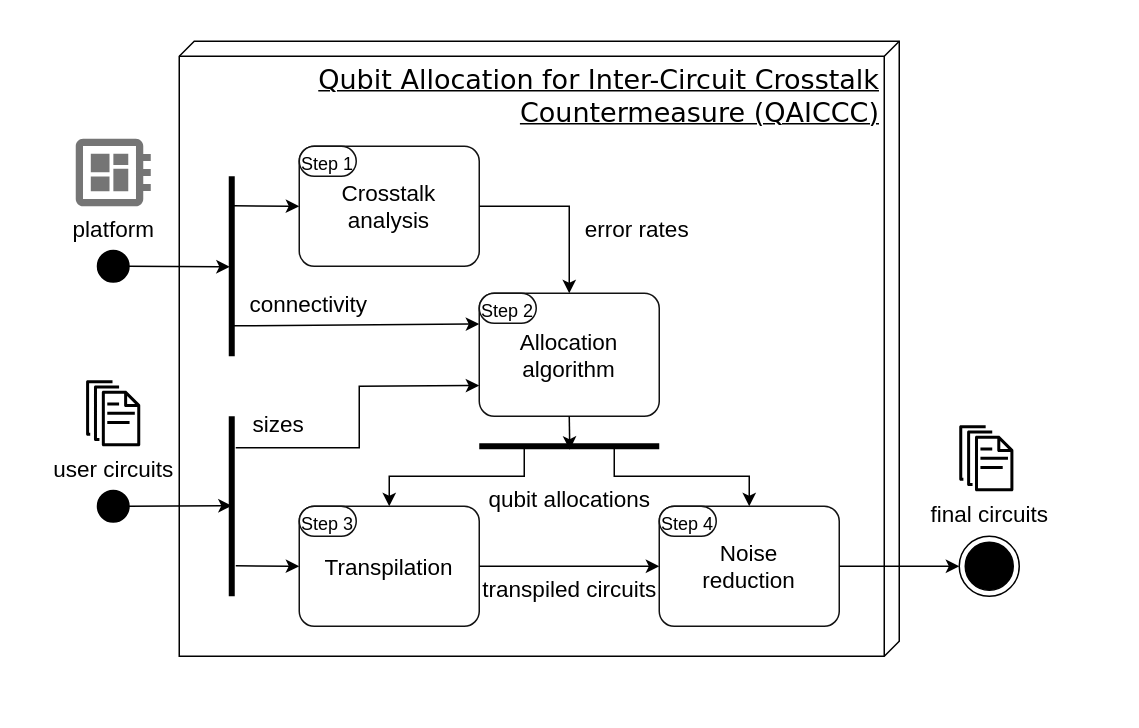
This is CrosstalkCM.drawio from yoann-marquer/Diagrams, a draw.io file, before an edit. Source tidied: cells renumbered, new cells numbered last; positions are measured from the earlier drawing's top-left corner, leaving out a move shared by most shapes. Both pictures are drawn from the tidied source at 150%, with x=0, y=0 at pixel (38, 40).
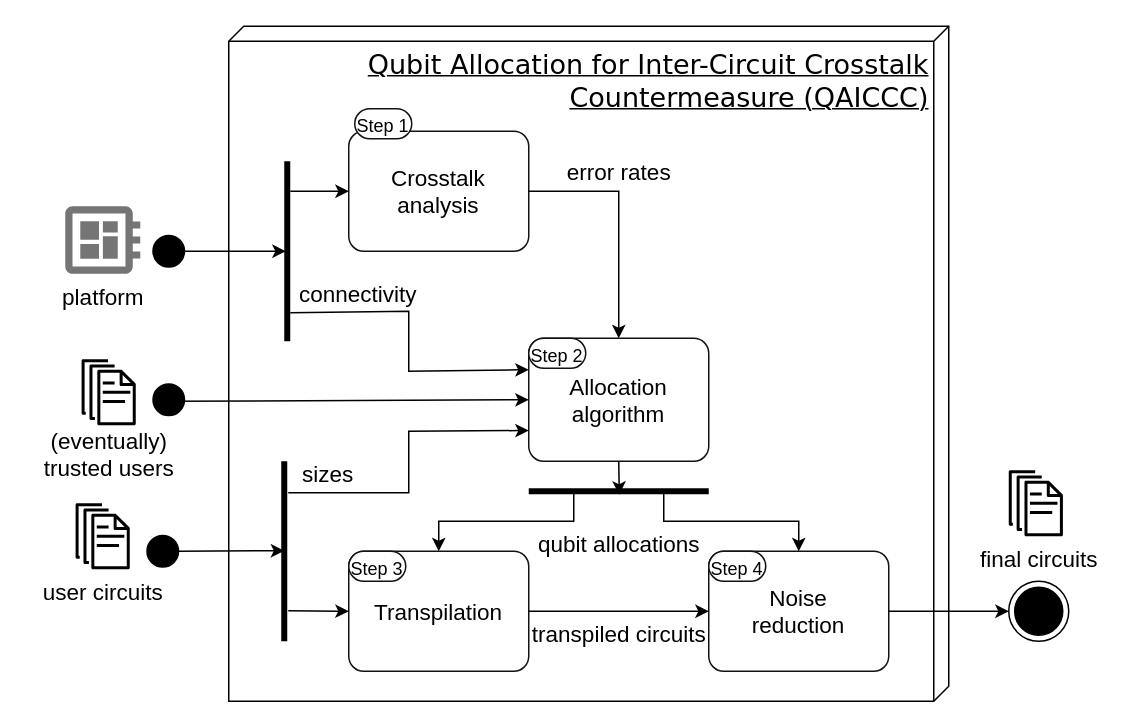
The same diagram, later.

Commit message:
add trusted users

What changed in the source:
```diff
@@
     <mxCell id="2" value="&lt;div align=&quot;right&quot;&gt;&lt;font style=&quot;font-size: 18px;&quot;&gt;Qubit Allocation for Inter-Circuit Crosstalk&lt;/font&gt;&lt;/div&gt;&lt;div align=&quot;right&quot;&gt;&lt;font style=&quot;font-size: 18px;&quot;&gt;Countermeasure (QAICCC)&lt;br&gt;&lt;/font&gt;&lt;/div&gt;" style="verticalAlign=top;align=right;spacingTop=8;spacingLeft=2;spacingRight=12;shape=cube;size=10;direction=south;fontStyle=4;html=1;rounded=0;shadow=0;comic=0;labelBackgroundColor=none;strokeWidth=1;fontFamily=Verdana;fontSize=12;fillColor=none;" parent="1" vertex="1">
-      <mxGeometry x="94" width="480" height="410" as="geometry" />
+      <mxGeometry x="127" y="-10" width="480" height="450" as="geometry" />
     </mxCell>
     <mxCell id="3" style="endArrow=classic;html=1;rounded=0;entryX=0.5;entryY=0;entryDx=0;entryDy=0;entryPerimeter=0;exitX=0.75;exitY=0.5;exitDx=0;exitDy=0;exitPerimeter=0;" parent="1" edge="1" source="14" target="6">
       <mxGeometry relative="1" as="geometry">
         <Array as="points">
-          <mxPoint x="324" y="290" />
-          <mxPoint x="234" y="290" />
+          <mxPoint x="357" y="320" />
+          <mxPoint x="267" y="320" />
         </Array>
       </mxGeometry>
     </mxCell>
     <mxCell id="4" value="&lt;div&gt;Crosstalk&lt;/div&gt;&lt;div&gt;analysis&lt;br&gt;&lt;/div&gt;" style="points=[[0.25,0,0],[0.5,0,0],[0.75,0,0],[1,0.25,0],[1,0.5,0],[1,0.75,0],[0.75,1,0],[0.5,1,0],[0.25,1,0],[0,0.75,0],[0,0.5,0],[0,0.25,0]];shape=mxgraph.bpmn.task;whiteSpace=wrap;rectStyle=rounded;size=10;html=1;taskMarker=abstract;strokeColor=#121212;fontSize=15;fillColor=#FFFFFF;" parent="1" vertex="1">
-      <mxGeometry x="174" y="70" width="120" height="80" as="geometry" />
+      <mxGeometry x="207" y="60" width="120" height="80" as="geometry" />
     </mxCell>
     <mxCell id="5" value="&lt;div&gt;Allocation&lt;/div&gt;&lt;div&gt;algorithm&lt;br&gt;&lt;/div&gt;" style="points=[[0.25,0,0],[0.5,0,0],[0.75,0,0],[1,0.25,0],[1,0.5,0],[1,0.75,0],[0.75,1,0],[0.5,1,0],[0.25,1,0],[0,0.75,0],[0,0.5,0],[0,0.25,0]];shape=mxgraph.bpmn.task;whiteSpace=wrap;rectStyle=rounded;size=10;html=1;taskMarker=abstract;strokeColor=#121212;fontSize=15;fillColor=#FFFFFF;" parent="1" vertex="1">
-      <mxGeometry x="294" y="168" width="120" height="82" as="geometry" />
+      <mxGeometry x="327" y="198" width="120" height="82" as="geometry" />
     </mxCell>
     <mxCell id="6" value="Transpilation" style="points=[[0.25,0,0],[0.5,0,0],[0.75,0,0],[1,0.25,0],[1,0.5,0],[1,0.75,0],[0.75,1,0],[0.5,1,0],[0.25,1,0],[0,0.75,0],[0,0.5,0],[0,0.25,0]];shape=mxgraph.bpmn.task;whiteSpace=wrap;rectStyle=rounded;size=10;html=1;taskMarker=abstract;strokeColor=#121212;fontSize=15;fillColor=#FFFFFF;" parent="1" vertex="1">
-      <mxGeometry x="174" y="310" width="120" height="80" as="geometry" />
+      <mxGeometry x="207" y="340" width="120" height="80" as="geometry" />
     </mxCell>
-    <mxCell id="7" style="line;strokeWidth=4;html=1;direction=south;" parent="1" vertex="1">
-      <mxGeometry x="124" y="90" width="10" height="120" as="geometry" />
-    </mxCell>
-    <mxCell id="8" style="endArrow=classic;html=1;rounded=0;entryX=0;entryY=0.25;entryDx=0;entryDy=0;entryPerimeter=0;exitX=0.831;exitY=0.5;exitDx=0;exitDy=0;exitPerimeter=0;" parent="1" edge="1" source="7" target="5">
-      <mxGeometry relative="1" as="geometry" />
-    </mxCell>
-    <mxCell id="9" style="endArrow=classic;html=1;rounded=0;entryX=0;entryY=0.5;entryDx=0;entryDy=0;entryPerimeter=0;exitX=0.164;exitY=0.367;exitDx=0;exitDy=0;exitPerimeter=0;" parent="1" edge="1" source="7" target="4">
+    <mxCell id="9" style="endArrow=classic;html=1;rounded=0;entryX=0;entryY=0.5;entryDx=0;entryDy=0;entryPerimeter=0;exitX=0.167;exitY=0.3;exitDx=0;exitDy=0;exitPerimeter=0;" parent="1" edge="1" source="7" target="4">
       <mxGeometry relative="1" as="geometry" />
     </mxCell>
-    <mxCell id="10" style="endArrow=classic;html=1;rounded=0;entryX=0.503;entryY=0.633;entryDx=0;entryDy=0;entryPerimeter=0;exitX=1;exitY=0.5;exitDx=0;exitDy=0;exitPerimeter=0;" parent="1" edge="1" source="24" target="7">
+    <mxCell id="10" style="endArrow=classic;html=1;rounded=0;entryX=0.5;entryY=0.6;entryDx=0;entryDy=0;entryPerimeter=0;exitX=1;exitY=0.5;exitDx=0;exitDy=0;exitPerimeter=0;" parent="1" edge="1" source="24" target="7">
       <mxGeometry relative="1" as="geometry" />
     </mxCell>
     <mxCell id="11" style="endArrow=classic;html=1;rounded=0;exitX=1;exitY=0.5;exitDx=0;exitDy=0;exitPerimeter=0;entryX=0.5;entryY=0;entryDx=0;entryDy=0;entryPerimeter=0;" parent="1" edge="1" source="4" target="5">
       <mxGeometry relative="1" as="geometry">
         <Array as="points">
-          <mxPoint x="354" y="110" />
+          <mxPoint x="387" y="100" />
         </Array>
       </mxGeometry>
     </mxCell>
     <mxCell id="12" value="error rates" style="text;html=1;align=center;verticalAlign=middle;strokeColor=none;fillColor=none;fontSize=15;" parent="1" vertex="1">
-      <mxGeometry x="354" y="110" width="90" height="30" as="geometry" />
+      <mxGeometry x="342" y="72" width="90" height="30" as="geometry" />
     </mxCell>
     <mxCell id="13" value="connectivity" style="text;html=1;align=center;verticalAlign=middle;strokeColor=none;fillColor=none;fontSize=15;" parent="1" vertex="1">
-      <mxGeometry x="130" y="160" width="100" height="30" as="geometry" />
+      <mxGeometry x="163" y="153" width="100" height="30" as="geometry" />
     </mxCell>
     <mxCell id="14" style="line;strokeWidth=4;html=1;direction=south;rotation=90;" parent="1" vertex="1">
-      <mxGeometry x="349" y="210" width="10" height="120" as="geometry" />
+      <mxGeometry x="382" y="240" width="10" height="120" as="geometry" />
     </mxCell>
     <mxCell id="15" value="&lt;div&gt;Noise&lt;/div&gt;&lt;div&gt;reduction&lt;br&gt;&lt;/div&gt;" style="points=[[0.25,0,0],[0.5,0,0],[0.75,0,0],[1,0.25,0],[1,0.5,0],[1,0.75,0],[0.75,1,0],[0.5,1,0],[0.25,1,0],[0,0.75,0],[0,0.5,0],[0,0.25,0]];shape=mxgraph.bpmn.task;whiteSpace=wrap;rectStyle=rounded;size=10;html=1;taskMarker=abstract;strokeColor=#121212;fontSize=15;fillColor=#FFFFFF;" parent="1" vertex="1">
-      <mxGeometry x="414" y="310" width="120" height="80" as="geometry" />
+      <mxGeometry x="447" y="340" width="120" height="80" as="geometry" />
     </mxCell>
@@
     <mxCell id="18" style="endArrow=classic;html=1;rounded=0;entryX=0.5;entryY=0;entryDx=0;entryDy=0;entryPerimeter=0;exitX=0.25;exitY=0.5;exitDx=0;exitDy=0;exitPerimeter=0;" parent="1" edge="1" source="14" target="15">
       <mxGeometry relative="1" as="geometry">
         <Array as="points">
-          <mxPoint x="384" y="290" />
-          <mxPoint x="474" y="290" />
+          <mxPoint x="417" y="320" />
+          <mxPoint x="507" y="320" />
         </Array>
       </mxGeometry>
     </mxCell>
     <mxCell id="19" style="line;strokeWidth=4;html=1;direction=south;" parent="1" vertex="1">
-      <mxGeometry x="124" y="250" width="10" height="120" as="geometry" />
+      <mxGeometry x="159" y="280" width="10" height="120" as="geometry" />
     </mxCell>
@@
     <mxCell id="21" style="endArrow=classic;html=1;rounded=0;entryX=0;entryY=0.75;entryDx=0;entryDy=0;entryPerimeter=0;exitX=0.175;exitY=0.233;exitDx=0;exitDy=0;exitPerimeter=0;" parent="1" edge="1" source="19" target="5">
       <mxGeometry relative="1" as="geometry">
         <Array as="points">
-          <mxPoint x="214" y="271" />
-          <mxPoint x="214" y="230" />
+          <mxPoint x="247" y="301" />
+          <mxPoint x="247" y="260" />
         </Array>
       </mxGeometry>
     </mxCell>
     <mxCell id="22" value="sizes" style="text;html=1;align=center;verticalAlign=middle;strokeColor=none;fillColor=none;fontSize=15;" parent="1" vertex="1">
-      <mxGeometry x="130" y="240" width="60" height="30" as="geometry" />
+      <mxGeometry x="163" y="273" width="60" height="30" as="geometry" />
     </mxCell>
@@
     <mxCell id="24" style="strokeWidth=2;html=1;shape=mxgraph.flowchart.start_2;whiteSpace=wrap;fillColor=#000000;" parent="1" vertex="1">
-      <mxGeometry x="40" y="140" width="20" height="20" as="geometry" />
+      <mxGeometry x="77" y="130" width="20" height="20" as="geometry" />
     </mxCell>
@@
     <mxCell id="26" style="strokeWidth=2;html=1;shape=mxgraph.flowchart.start_2;whiteSpace=wrap;fillColor=#000000;" parent="1" vertex="1">
-      <mxGeometry x="40" y="300" width="20" height="20" as="geometry" />
+      <mxGeometry x="73" y="330" width="20" height="20" as="geometry" />
     </mxCell>
@@
     <mxCell id="28" style="ellipse;html=1;shape=endState;fillColor=#000000;strokeColor=#000000;fontSize=15;direction=north;" parent="1" vertex="1">
-      <mxGeometry x="614" y="330" width="40" height="40" as="geometry" />
+      <mxGeometry x="647" y="360" width="40" height="40" as="geometry" />
     </mxCell>
     <mxCell id="29" value="platform" style="text;html=1;align=center;verticalAlign=middle;strokeColor=none;fillColor=none;fontSize=15;" parent="1" vertex="1">
-      <mxGeometry x="10" y="110" width="80" height="30" as="geometry" />
+      <mxGeometry x="3" y="155" width="80" height="30" as="geometry" />
     </mxCell>
     <mxCell id="30" value="user circuits" style="text;html=1;align=center;verticalAlign=middle;strokeColor=none;fillColor=none;fontSize=15;" parent="1" vertex="1">
-      <mxGeometry y="270" width="100" height="30" as="geometry" />
+      <mxGeometry x="-7" y="352" width="100" height="30" as="geometry" />
     </mxCell>
     <mxCell id="31" value="final circuits" style="text;html=1;align=center;verticalAlign=middle;strokeColor=none;fillColor=none;fontSize=15;" parent="1" vertex="1">
-      <mxGeometry x="584" y="300" width="100" height="30" as="geometry" />
+      <mxGeometry x="617" y="330" width="100" height="30" as="geometry" />
     </mxCell>
     <mxCell id="32" value="qubit allocations" style="text;html=1;align=center;verticalAlign=middle;strokeColor=none;fillColor=none;fontSize=15;" parent="1" vertex="1">
-      <mxGeometry x="289" y="290" width="130" height="30" as="geometry" />
+      <mxGeometry x="322" y="320" width="130" height="30" as="geometry" />
     </mxCell>
     <mxCell id="33" value="transpiled circuits" style="text;html=1;align=center;verticalAlign=middle;strokeColor=none;fillColor=none;fontSize=15;" parent="1" vertex="1">
-      <mxGeometry x="284" y="350" width="140" height="30" as="geometry" />
+      <mxGeometry x="317" y="380" width="140" height="30" as="geometry" />
     </mxCell>
     <mxCell id="34" style="sketch=0;fontColor=#232F3E;gradientColor=none;fillColor=#000000;strokeColor=none;dashed=0;verticalLabelPosition=bottom;verticalAlign=top;align=center;html=1;fontSize=12;fontStyle=0;shape=mxgraph.aws4.documents;" parent="1" vertex="1">
-      <mxGeometry x="31.9" y="226" width="36.1" height="44" as="geometry" />
+      <mxGeometry x="24.9" y="308" width="36.1" height="44" as="geometry" />
     </mxCell>
     <mxCell id="35" style="sketch=0;fontColor=#232F3E;gradientColor=none;fillColor=#000000;strokeColor=none;dashed=0;verticalLabelPosition=bottom;verticalAlign=top;align=center;html=1;fontSize=12;fontStyle=0;shape=mxgraph.aws4.documents;" parent="1" vertex="1">
-      <mxGeometry x="614" y="256" width="36.1" height="44" as="geometry" />
+      <mxGeometry x="647" y="286" width="36.1" height="44" as="geometry" />
     </mxCell>
     <mxCell id="36" style="sketch=0;dashed=0;html=1;fillColor=#757575;strokeColor=none;shape=mxgraph.gcp2.circuit_board;" parent="1" vertex="1">
-      <mxGeometry x="25" y="65" width="50" height="45" as="geometry" />
+      <mxGeometry x="18" y="110" width="50" height="45" as="geometry" />
     </mxCell>
     <mxCell id="37" value="&lt;font style=&quot;font-size: 12px;&quot;&gt;Step 1&lt;br&gt;&lt;/font&gt;" style="shape=mxgraph.bpmn.task;whiteSpace=wrap;rectStyle=rounded;size=10;html=1;taskMarker=abstract;strokeColor=#121212;fontSize=15;fillColor=#FFFFFF;" parent="1" vertex="1">
-      <mxGeometry x="174" y="70" width="38" height="20" as="geometry" />
+      <mxGeometry x="211" y="45" width="38" height="20" as="geometry" />
     </mxCell>
     <mxCell id="38" value="&lt;font style=&quot;font-size: 12px;&quot;&gt;Step 2&lt;br&gt;&lt;/font&gt;" style="shape=mxgraph.bpmn.task;whiteSpace=wrap;rectStyle=rounded;size=10;html=1;taskMarker=abstract;strokeColor=#121212;fontSize=15;fillColor=#FFFFFF;" parent="1" vertex="1">
-      <mxGeometry x="294" y="168" width="38" height="20" as="geometry" />
+      <mxGeometry x="327" y="198" width="38" height="20" as="geometry" />
     </mxCell>
     <mxCell id="39" value="&lt;font style=&quot;font-size: 12px;&quot;&gt;Step 3&lt;br&gt;&lt;/font&gt;" style="shape=mxgraph.bpmn.task;whiteSpace=wrap;rectStyle=rounded;size=10;html=1;taskMarker=abstract;strokeColor=#121212;fontSize=15;fillColor=#FFFFFF;" parent="1" vertex="1">
-      <mxGeometry x="174" y="310" width="38" height="20" as="geometry" />
+      <mxGeometry x="207" y="340" width="38" height="20" as="geometry" />
     </mxCell>
     <mxCell id="40" value="&lt;font style=&quot;font-size: 12px;&quot;&gt;Step 4&lt;br&gt;&lt;/font&gt;" style="shape=mxgraph.bpmn.task;whiteSpace=wrap;rectStyle=rounded;size=10;html=1;taskMarker=abstract;strokeColor=#121212;fontSize=15;fillColor=#FFFFFF;" parent="1" vertex="1">
-      <mxGeometry x="414" y="310" width="38" height="20" as="geometry" />
+      <mxGeometry x="447" y="340" width="38" height="20" as="geometry" />
     </mxCell>
+    <mxCell id="41" style="endArrow=classic;html=1;rounded=0;exitX=0.842;exitY=0.3;exitDx=0;exitDy=0;exitPerimeter=0;" parent="1" edge="1" source="7">
+      <mxGeometry relative="1" as="geometry">
+        <mxPoint x="327" y="219" as="targetPoint" />
+        <Array as="points">
+          <mxPoint x="247" y="180" />
+          <mxPoint x="247" y="220" />
+        </Array>
+      </mxGeometry>
+    </mxCell>
+    <mxCell id="42" style="endArrow=classic;html=1;rounded=0;entryX=0;entryY=0.5;entryDx=0;entryDy=0;entryPerimeter=0;exitX=0.55;exitY=0.5;exitDx=0;exitDy=0;exitPerimeter=0;" parent="1" edge="1" source="43" target="5">
+      <mxGeometry relative="1" as="geometry" />
+    </mxCell>
+    <mxCell id="43" style="strokeWidth=2;html=1;shape=mxgraph.flowchart.start_2;whiteSpace=wrap;fillColor=#000000;direction=south;" parent="1" vertex="1">
+      <mxGeometry x="77" y="229" width="20" height="20" as="geometry" />
+    </mxCell>
+    <mxCell id="7" style="line;strokeWidth=4;html=1;direction=south;" parent="1" vertex="1">
+      <mxGeometry x="161" y="80" width="10" height="120" as="geometry" />
+    </mxCell>
+    <mxCell id="44" value="(eventually)&lt;br&gt;trusted users" style="text;html=1;align=center;verticalAlign=middle;strokeColor=none;fillColor=none;fontSize=15;" parent="1" vertex="1">
+      <mxGeometry x="-8" y="250" width="110" height="50" as="geometry" />
+    </mxCell>
+    <mxCell id="45" style="sketch=0;fontColor=#232F3E;gradientColor=none;fillColor=#000000;strokeColor=none;dashed=0;verticalLabelPosition=bottom;verticalAlign=top;align=center;html=1;fontSize=12;fontStyle=0;shape=mxgraph.aws4.documents;" parent="1" vertex="1">
+      <mxGeometry x="28.9" y="212" width="36.1" height="44" as="geometry" />
+    </mxCell>
```
